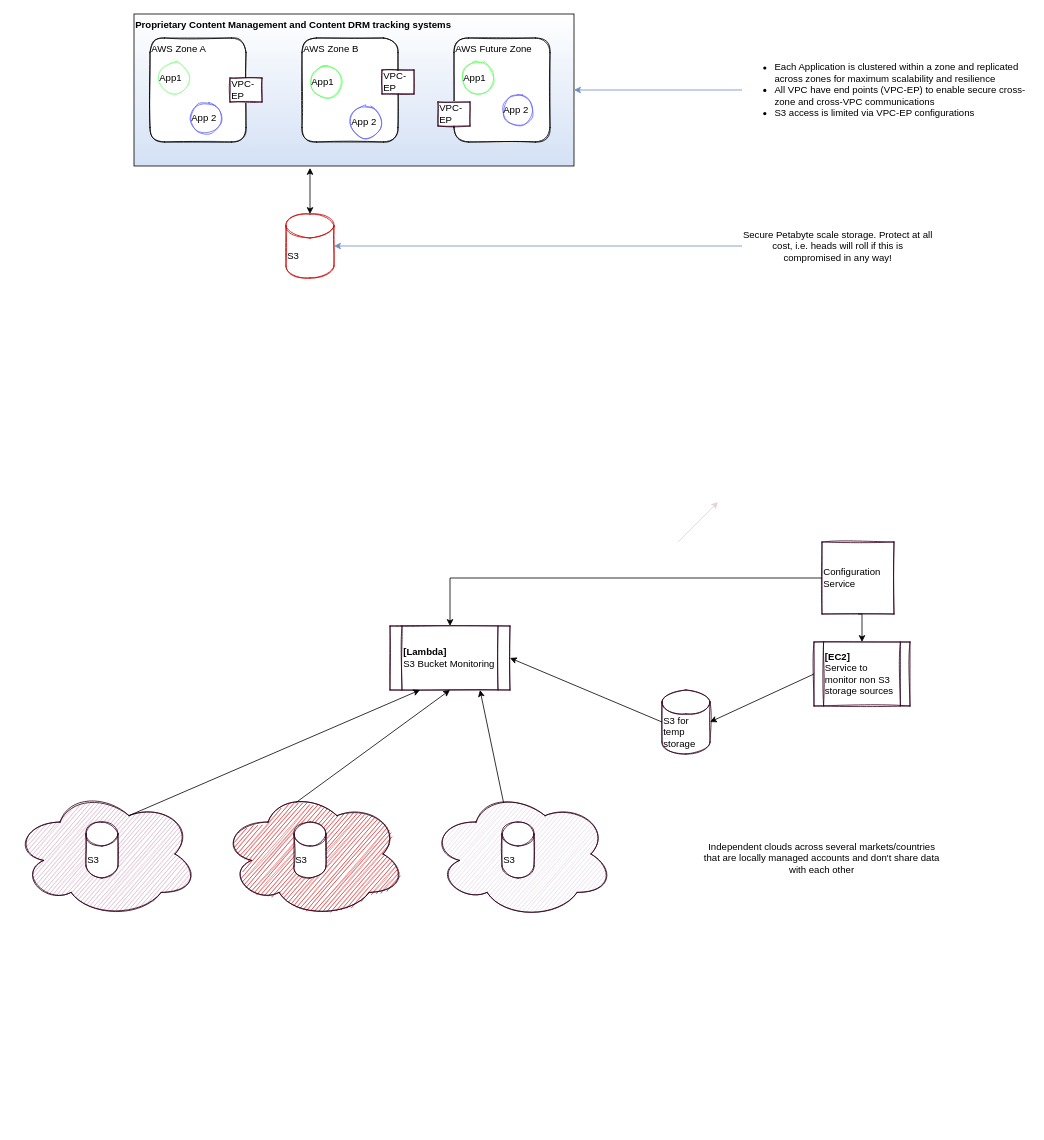
Earlier version of the draw.io diagram Asset Processing.drawio (imransaeed/concept-diagrams). Source tidied: cells renumbered, new cells numbered last; positions are measured from the earlier drawing's top-left corner, leaving out a move shared by most shapes. Both pictures are drawn from the tidied source at 80%, with x=0, y=0 at pixel (14, 14).
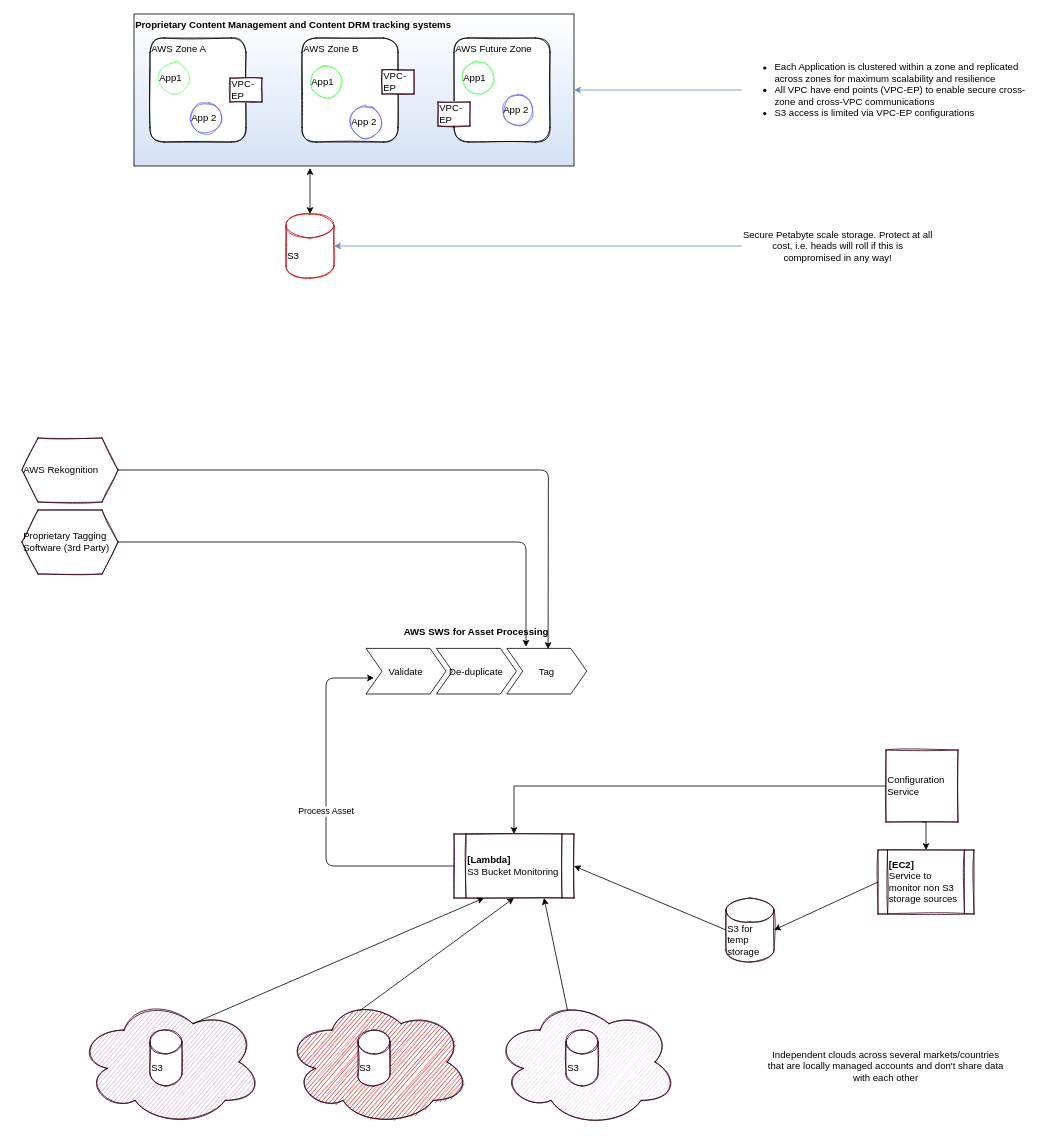
The same page after the edit.

Diff of the diagram source:
```diff
@@
     <mxCell id="22" style="group;" parent="1" vertex="1">
-      <mxGeometry y="970" width="1160" height="160" as="geometry" />
+      <mxGeometry x="80" y="1230" width="1160" height="160" as="geometry" />
     </mxCell>
@@
     <mxCell id="34" value="Configuration Service" style="whiteSpace=wrap;html=1;shadow=0;sketch=1;strokeColor=#33001A;fillColor=none;gradientColor=none;align=left;" parent="1" vertex="1">
-      <mxGeometry x="1010" y="660" width="90" height="90" as="geometry" />
+      <mxGeometry x="1090" y="920" width="90" height="90" as="geometry" />
     </mxCell>
     <mxCell id="35" value="&lt;b&gt;[Lambda]&lt;/b&gt;&lt;br&gt;S3 Bucket Monitoring" style="shape=process;whiteSpace=wrap;html=1;backgroundOutline=1;shadow=0;sketch=1;strokeColor=#33001A;fillColor=none;gradientColor=none;align=left;" parent="1" vertex="1">
-      <mxGeometry x="470" y="765" width="150" height="80" as="geometry" />
+      <mxGeometry x="550" y="1025" width="150" height="80" as="geometry" />
     </mxCell>
-    <mxCell id="36" style="endArrow=classic;html=1;strokeColor=#E6D0DE;" parent="1" edge="1">
-      <mxGeometry relative="1" as="geometry">
-        <mxPoint x="830" y="660" as="sourcePoint" />
-        <mxPoint x="880" y="610" as="targetPoint" />
-      </mxGeometry>
-    </mxCell>
     <mxCell id="37" value="&lt;b&gt;[EC2]&lt;/b&gt;&lt;br&gt;Service to monitor non S3 storage sources" style="shape=process;whiteSpace=wrap;html=1;backgroundOutline=1;shadow=0;sketch=1;strokeColor=#33001A;fillColor=none;gradientColor=none;align=left;" parent="1" vertex="1">
-      <mxGeometry x="1000" y="785" width="120" height="80" as="geometry" />
+      <mxGeometry x="1080" y="1045" width="120" height="80" as="geometry" />
     </mxCell>
@@
     <mxCell id="41" value="S3 for temp storage" style="shape=cylinder3;whiteSpace=wrap;html=1;boundedLbl=1;backgroundOutline=1;size=15;shadow=0;sketch=1;strokeColor=#33001A;fillColor=none;gradientColor=none;align=left;" parent="1" vertex="1">
-      <mxGeometry x="810" y="845" width="60" height="80" as="geometry" />
+      <mxGeometry x="890" y="1105" width="60" height="80" as="geometry" />
     </mxCell>
@@
+    <mxCell id="44" value="Process Asset" style="endArrow=classic;html=1;strokeColor=#000000;exitX=0;exitY=0.5;exitDx=0;exitDy=0;entryX=0.1;entryY=0.649;entryDx=0;entryDy=0;entryPerimeter=0;" parent="1" edge="1" source="35" target="48">
+      <mxGeometry relative="1" as="geometry">
+        <Array as="points">
+          <mxPoint x="390" y="1065" />
+          <mxPoint x="390" y="830" />
+        </Array>
+      </mxGeometry>
+    </mxCell>
+    <mxCell id="45" value="AWS Rekognition" style="shape=hexagon;perimeter=hexagonPerimeter2;whiteSpace=wrap;html=1;fixedSize=1;shadow=0;sketch=1;strokeColor=#33001A;fillColor=none;gradientColor=none;align=left;" parent="1" vertex="1">
+      <mxGeometry x="10" y="530" width="120" height="80" as="geometry" />
+    </mxCell>
+    <mxCell id="46" value="Proprietary Tagging Software (3rd Party)" style="shape=hexagon;perimeter=hexagonPerimeter2;whiteSpace=wrap;html=1;fixedSize=1;shadow=0;sketch=1;strokeColor=#33001A;fillColor=none;gradientColor=none;align=left;" parent="1" vertex="1">
+      <mxGeometry x="10" y="620" width="120" height="80" as="geometry" />
+    </mxCell>
+    <mxCell id="47" value="AWS SWS for Asset Processing" style="swimlane;horizontal=1;fillColor=none;strokeColor=none;stackBorder=10;align=center;fontColor=#000000;shadow=0;sketch=1;" parent="1" vertex="1">
+      <mxGeometry x="430" y="760" width="296" height="100" as="geometry" />
+    </mxCell>
+    <mxCell id="48" value="Validate" style="shape=step;perimeter=stepPerimeter;fixedSize=1;points=[];" parent="47" vertex="1">
+      <mxGeometry x="10" y="33" width="100" height="57" as="geometry" />
+    </mxCell>
+    <mxCell id="49" value="De-duplicate" style="shape=step;perimeter=stepPerimeter;fixedSize=1;" parent="47" vertex="1">
+      <mxGeometry x="98" y="33" width="100" height="57" as="geometry" />
+    </mxCell>
+    <mxCell id="50" value="Tag" style="shape=step;perimeter=stepPerimeter;fixedSize=1;points=[];" parent="47" vertex="1">
+      <mxGeometry x="186" y="33" width="100" height="57" as="geometry" />
+    </mxCell>
+    <mxCell id="51" style="endArrow=classic;html=1;strokeColor=#000000;exitX=1;exitY=0.5;exitDx=0;exitDy=0;entryX=0.516;entryY=0.015;entryDx=0;entryDy=0;entryPerimeter=0;" parent="1" edge="1" source="45" target="50">
+      <mxGeometry relative="1" as="geometry">
+        <Array as="points">
+          <mxPoint x="668" y="570" />
+        </Array>
+      </mxGeometry>
+    </mxCell>
+    <mxCell id="52" style="endArrow=classic;html=1;strokeColor=#000000;exitX=1;exitY=0.5;exitDx=0;exitDy=0;" parent="1" edge="1" source="46">
+      <mxGeometry relative="1" as="geometry">
+        <mxPoint x="640" y="791" as="targetPoint" />
+        <Array as="points">
+          <mxPoint x="640" y="660" />
+        </Array>
+      </mxGeometry>
+    </mxCell>
```
